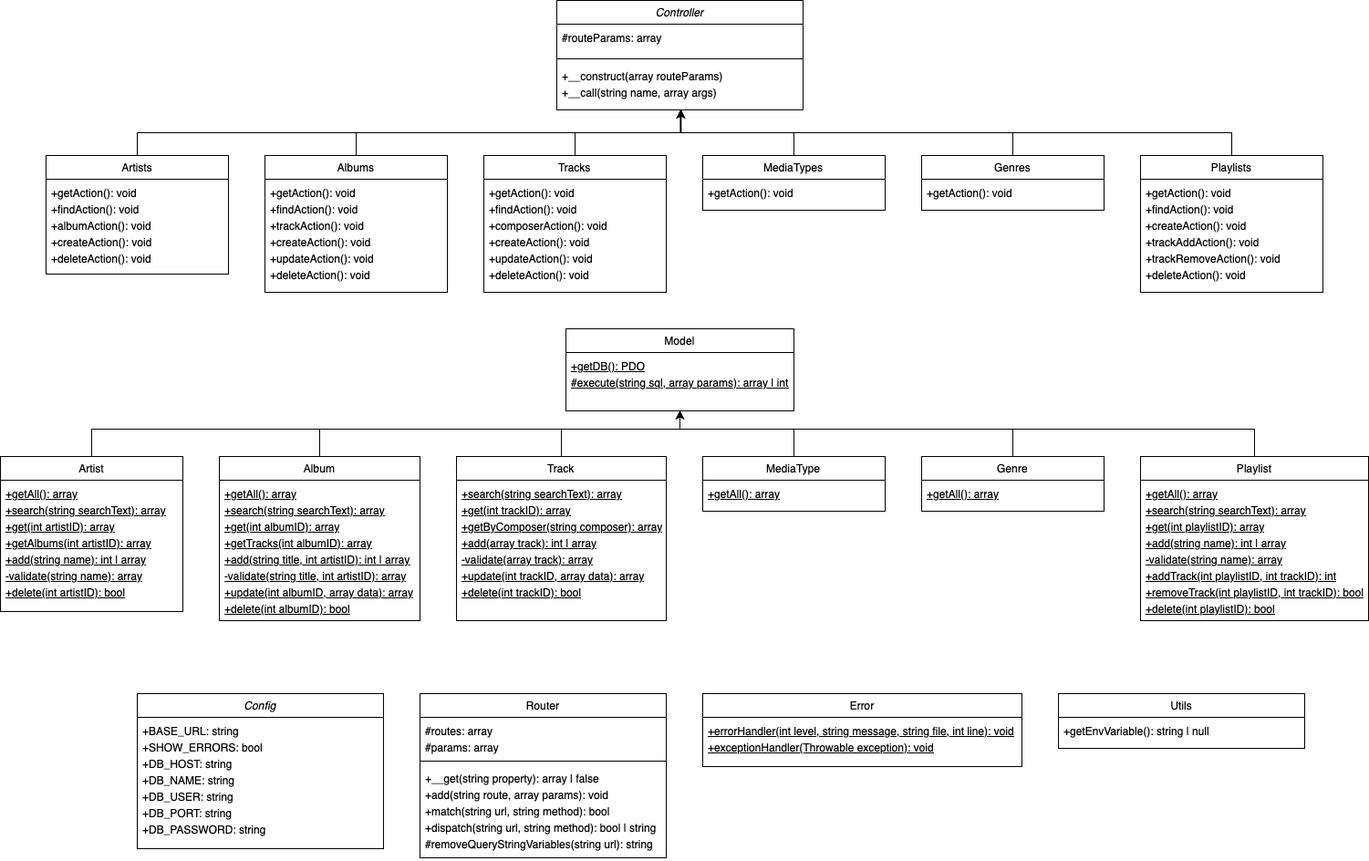
FrejaFischer/music_storage keeps this draw.io diagram as documentation/class_diagrams.drawio.png. Above is the earlier version. Source tidied: cells renumbered, new cells last; positions are measured from the earlier drawing's top-left corner, leaving out a move shared by most shapes.
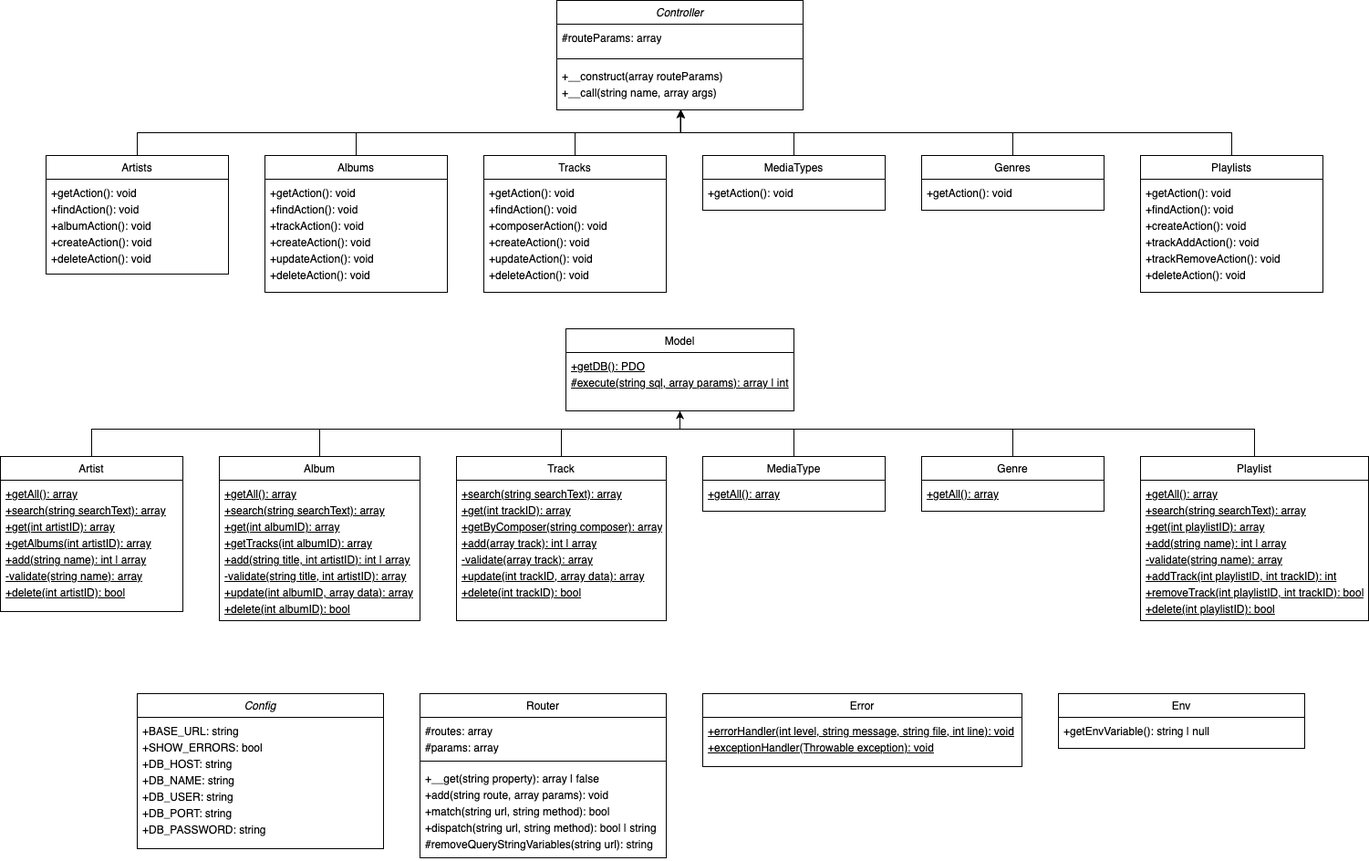
The same diagram one commit later.

Commit message:
changed name of class to env

Change to the diagram source:
```diff
@@ -170,7 +170,7 @@
     <mxCell id="47" value="&lt;div style=&quot;line-height: 150%;&quot;&gt;+BASE_URL: string&lt;/div&gt;&lt;div style=&quot;line-height: 150%;&quot;&gt;+SHOW_ERRORS: bool&lt;/div&gt;&lt;div style=&quot;line-height: 150%;&quot;&gt;+DB_HOST: string&lt;/div&gt;&lt;div style=&quot;line-height: 150%;&quot;&gt;+DB_NAME: string&lt;/div&gt;&lt;div style=&quot;line-height: 150%;&quot;&gt;+DB_USER: string&lt;/div&gt;&lt;div style=&quot;line-height: 150%;&quot;&gt;+DB_PORT: string&lt;/div&gt;&lt;div style=&quot;line-height: 150%;&quot;&gt;+DB_PASSWORD: string&lt;/div&gt;" style="text;strokeColor=none;fillColor=none;align=left;verticalAlign=top;spacingLeft=4;spacingRight=4;overflow=hidden;whiteSpace=wrap;html=1;" parent="46" vertex="1">
       <mxGeometry y="26" width="270" height="144" as="geometry" />
     </mxCell>
-    <mxCell id="48" value="&lt;span style=&quot;font-weight: normal;&quot;&gt;Utils&lt;/span&gt;" style="swimlane;fontStyle=1;align=center;verticalAlign=top;horizontal=1;startSize=26;whiteSpace=wrap;html=1;" parent="1" vertex="1">
+    <mxCell id="48" value="&lt;span style=&quot;font-weight: normal;&quot;&gt;Env&lt;/span&gt;" style="swimlane;fontStyle=1;align=center;verticalAlign=top;horizontal=1;startSize=26;whiteSpace=wrap;html=1;" parent="1" vertex="1">
       <mxGeometry x="1160" y="760" width="270" height="60" as="geometry" />
     </mxCell>
     <mxCell id="49" value="&lt;div style=&quot;line-height: 150%;&quot;&gt;+getEnvVariable(): string | null&lt;/div&gt;" style="text;strokeColor=none;fillColor=none;align=left;verticalAlign=top;spacingLeft=4;spacingRight=4;overflow=hidden;whiteSpace=wrap;html=1;" parent="48" vertex="1">
```
